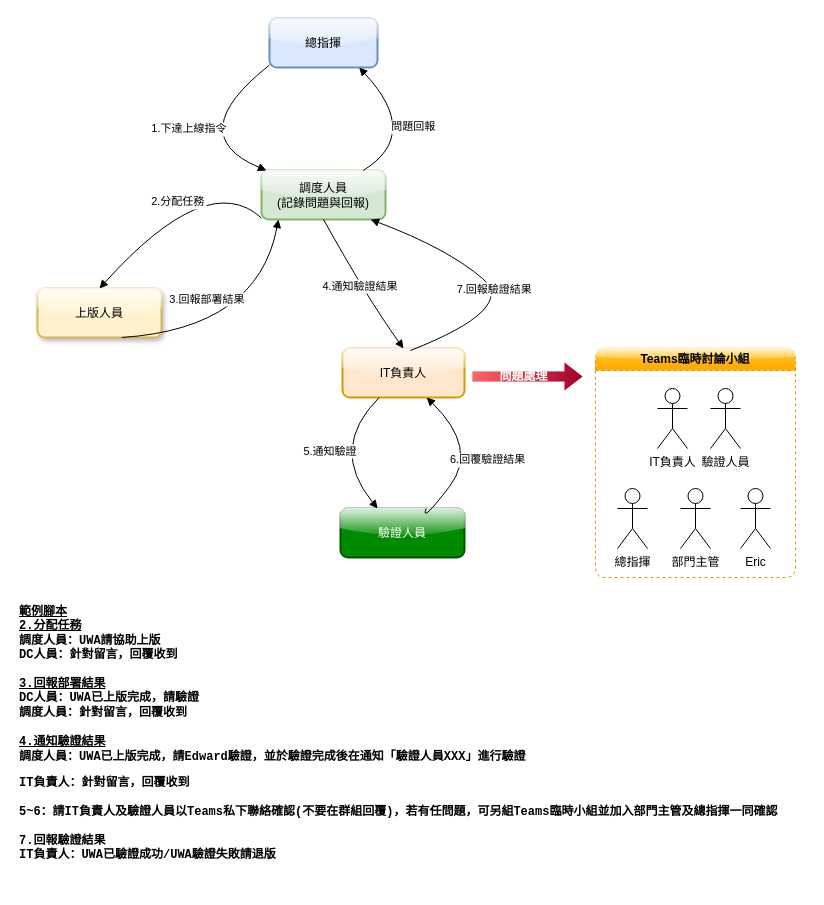
chenegg/chenegg.github.io keeps this draw.io diagram as 未命名绘图.drawio. Above is the earlier version. Source tidied: cells renumbered, new cells numbered last; positions are measured from the earlier drawing's top-left corner, leaving out a move shared by most shapes. Both pictures are drawn from the tidied source at 100%, with x=0, y=0 at pixel (17, 18).
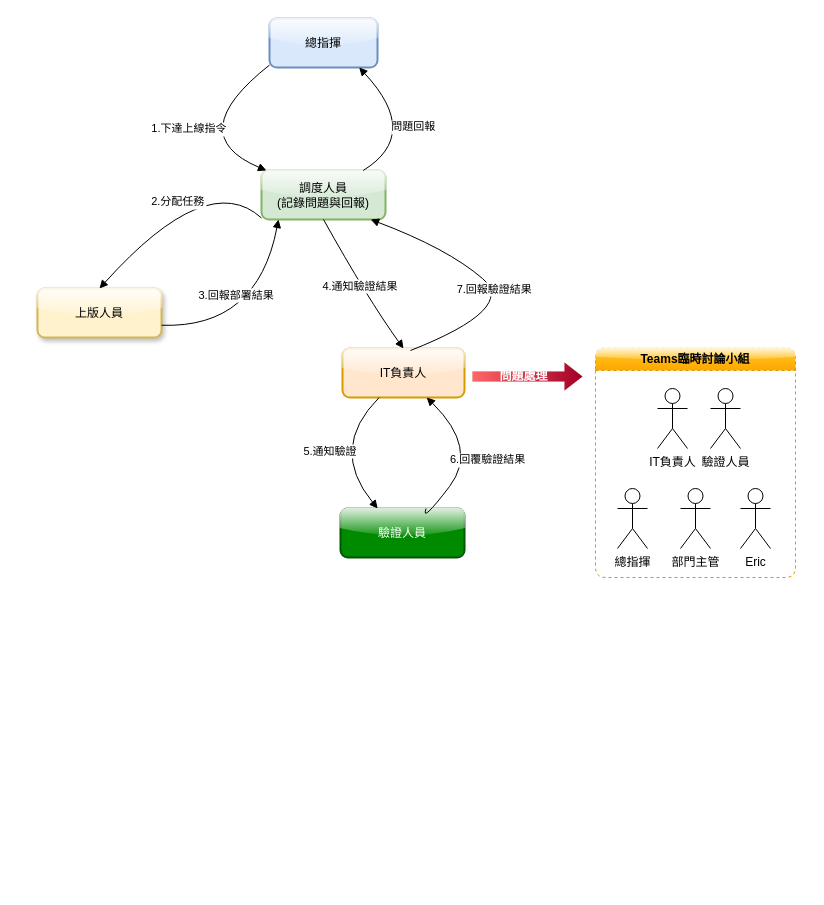
Above is the later version.

Commit message (it also covers changes not shown here):
更新未命名绘图.drawio

The change refers to these unchanged cells:
```xml
<mxCell id="3" value="調度人員&#10;(記錄問題與回報)" style="whiteSpace=wrap;strokeWidth=2;fillColor=#d5e8d4;strokeColor=#82b366;rounded=1;glass=1;" parent="1" vertex="1">
  <mxGeometry x="244" y="152" width="124" height="49" as="geometry" />
</mxCell>
<mxCell id="4" value="上版人員" style="whiteSpace=wrap;strokeWidth=2;fillColor=#fff2cc;strokeColor=#d6b656;rounded=1;glass=1;shadow=1;" parent="1" vertex="1">
  <mxGeometry x="20" y="270" width="124" height="49" as="geometry" />
</mxCell>
```

The edit, as a diff of the source:
```diff
@@
-    <mxCell id="12" value="3.回報部署結果" style="curved=1;startArrow=none;endArrow=block;exitX=0.68;exitY=1;entryX=0.137;entryY=1;rounded=0;entryDx=0;entryDy=0;entryPerimeter=0;" parent="1" edge="1" source="4" target="3">
+    <mxCell id="12" value="3.回報部署結果" style="curved=1;startArrow=none;endArrow=block;exitX=1;exitY=0.75;entryX=0.137;entryY=1;rounded=0;entryDx=0;entryDy=0;entryPerimeter=0;exitDx=0;exitDy=0;" parent="1" edge="1" source="4" target="3">
       <mxGeometry x="-0.29" y="33" relative="1" as="geometry">
         <Array as="points">
           <mxPoint x="240" y="310" />
         </Array>
       </mxGeometry>
     </mxCell>
@@
-    <mxCell id="22" value="&lt;div&gt;&lt;span&gt;&lt;u&gt;範例腳本&lt;/u&gt;&lt;/span&gt;&lt;/div&gt;&lt;div&gt;&lt;span&gt;&lt;u&gt;2.分配任務&lt;/u&gt;&lt;/span&gt;&lt;/div&gt;調度人員：UWA請協助上版&lt;div&gt;DC人員：&lt;span style=&quot;background-color: initial;&quot;&gt;針對留言，回覆收到&lt;/span&gt;&lt;/div&gt;&lt;div&gt;&lt;br&gt;&lt;/div&gt;&lt;div&gt;&lt;span&gt;&lt;u&gt;3.回報部署結果&lt;/u&gt;&lt;/span&gt;&lt;/div&gt;&lt;div&gt;DC人員：UWA已上版完成，請驗證&lt;/div&gt;&lt;div&gt;調度人員：針對留言，回覆收到&lt;/div&gt;&lt;div&gt;&lt;br&gt;&lt;/div&gt;&lt;div&gt;&lt;div&gt;&lt;span&gt;&lt;u&gt;4.通知驗證結果&lt;/u&gt;&lt;/span&gt;&lt;/div&gt;&lt;div&gt;調度人員：UWA已上版完成，請Edward驗證，並於驗證完成後在通知&lt;span style=&quot;font-family: 新細明體, serif; background-color: initial;&quot;&gt;「&lt;/span&gt;&lt;span style=&quot;background-color: initial;&quot;&gt;驗證人員XXX&lt;/span&gt;&lt;span style=&quot;background-color: initial; font-family: 新細明體, serif;&quot;&gt;」進行驗證&lt;/span&gt;&lt;/div&gt;&lt;p class=&quot;MsoNormal&quot;&gt;&lt;span lang=&quot;EN-US&quot;&gt;&lt;/span&gt;&lt;/p&gt;&lt;div&gt;&lt;span style=&quot;background-color: initial;&quot;&gt;IT負責人：針對留言，回覆收到&lt;/span&gt;&lt;/div&gt;&lt;/div&gt;&lt;div&gt;&lt;span style=&quot;background-color: initial;&quot;&gt;&lt;br&gt;&lt;/span&gt;&lt;/div&gt;&lt;div&gt;&lt;span style=&quot;background-color: initial;&quot;&gt;5~6：請IT負責人及驗證人員以Teams私下聯絡確認(不要在群組回覆)，若有任問題，可另組Teams臨時小組並加入部門主管及總指揮一同確認&lt;/span&gt;&lt;/div&gt;&lt;div&gt;&lt;span style=&quot;background-color: initial;&quot;&gt;&lt;br&gt;&lt;/span&gt;&lt;/div&gt;&lt;div&gt;&lt;span style=&quot;background-color: initial;&quot;&gt;7.回報驗證結果&lt;/span&gt;&lt;/div&gt;&lt;div&gt;&lt;span style=&quot;background-color: initial;&quot;&gt;IT負責人：UWA已驗證成功/UWA驗證失敗請退版&lt;/span&gt;&lt;/div&gt;" style="text;html=1;align=left;verticalAlign=top;whiteSpace=wrap;rounded=0;fontColor=#000000;fontFamily=Courier New;fontStyle=1;" parent="1" vertex="1">
-      <mxGeometry y="580" width="790" height="290" as="geometry" />
-    </mxCell>
```
